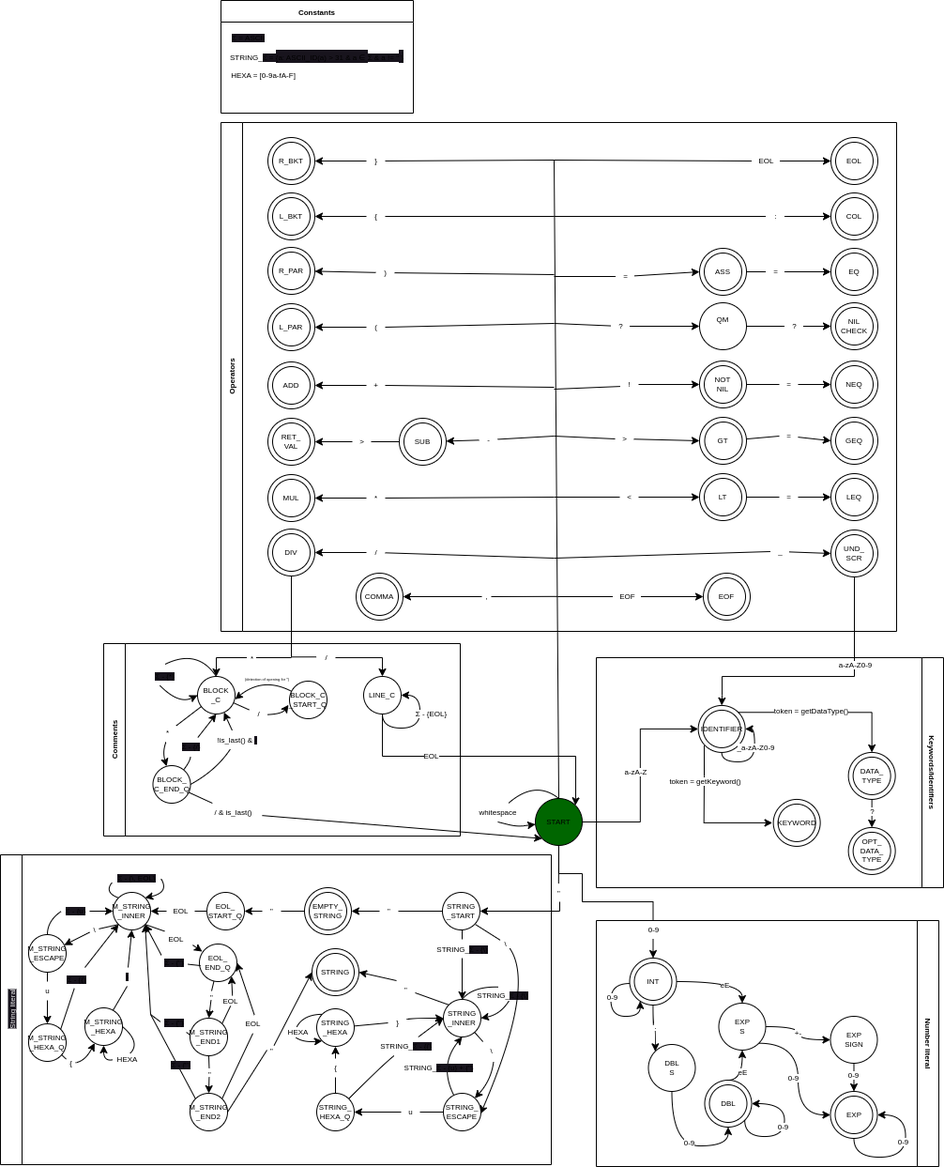
Before: doc/fsm_draft.drawio.png, a diagram exported from draw.io (pomjak/IFJ23). Source tidied: cells renumbered, new cells last; positions are measured from the earlier drawing's top-left corner, leaving out a move shared by most shapes.
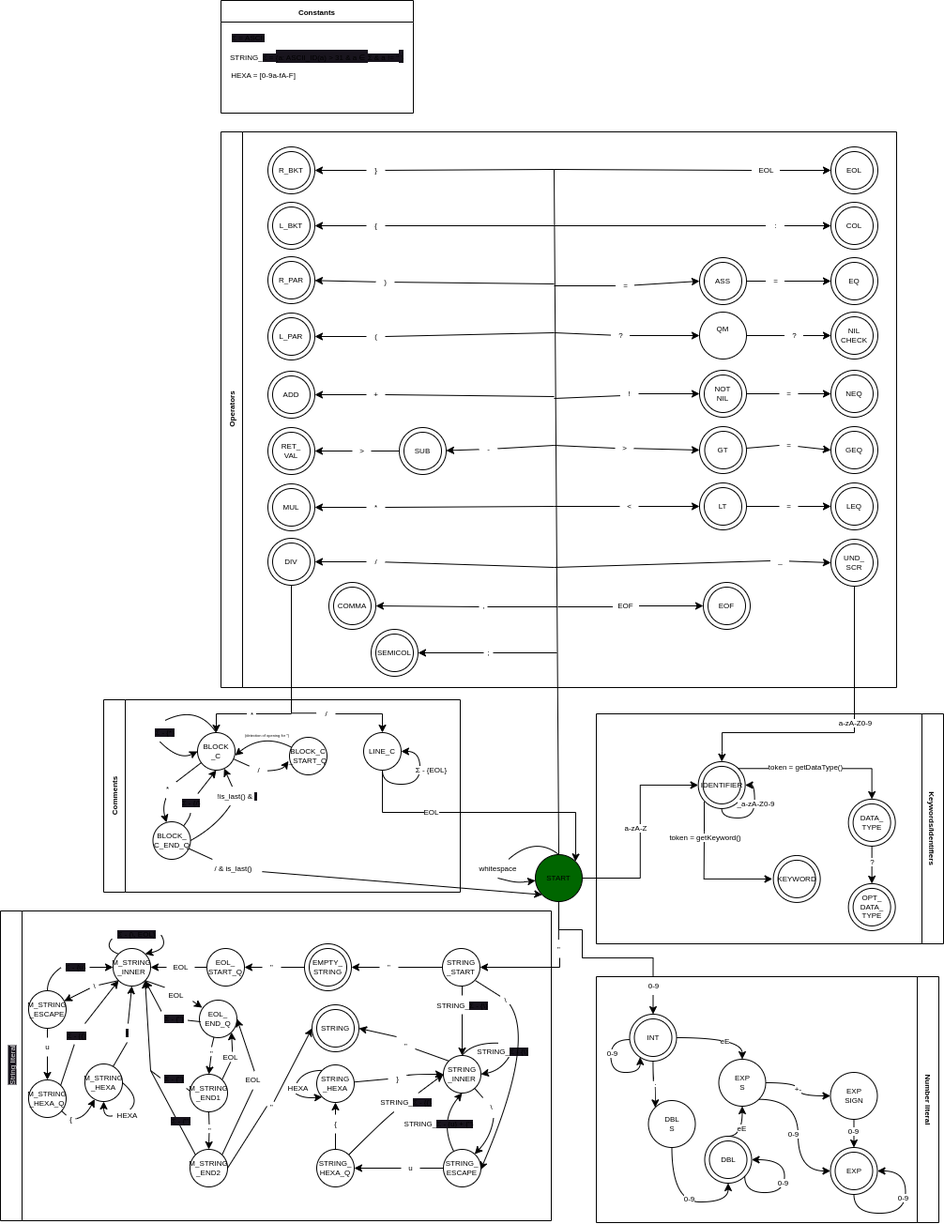
The same diagram one commit later.

Commit message:
add comma, semicol to fsm and lexical analyzer

Change to the diagram source:
```diff
@@ -131,7 +131,7 @@
       <mxGeometry relative="1" as="geometry" />
     </mxCell>
     <mxCell id="37" value="Operators" style="swimlane;horizontal=0;whiteSpace=wrap;html=1;rounded=0;shadow=0;glass=0;sketch=0;fontSize=8;spacing=-1;" parent="1" vertex="1">
-      <mxGeometry x="235" y="130" width="720" height="542" as="geometry" />
+      <mxGeometry x="235" y="80" width="720" height="592" as="geometry" />
     </mxCell>
     <mxCell id="38" style="group;fontSize=8;spacing=-1;" parent="37" vertex="1">
       <mxGeometry x="510" y="134" width="50" height="50" as="geometry" />
@@ -565,8 +565,16 @@
     <mxCell id="169" value="&lt;div style=&quot;font-size: 8px;&quot;&gt;EOF&lt;/div&gt;" style="ellipse;whiteSpace=wrap;html=1;fillColor=none;fontSize=8;spacing=-1;" parent="167" vertex="1">
       <mxGeometry width="50" height="50" as="geometry" />
     </mxCell>
+    <mxCell id="360" value="," style="text;html=1;align=center;verticalAlign=middle;points=[];strokeColor=none;fillColor=none;fontSize=8;spacingLeft=-2;spacingRight=-2;spacing=0;" parent="37" vertex="1">
+      <mxGeometry x="275" y="495" width="10" height="20" as="geometry" />
+    </mxCell>
+    <mxCell id="359" style="edgeStyle=none;html=1;exitX=1;exitY=0.5;exitDx=0;exitDy=0;fontSize=8;startArrow=classic;startFill=1;endArrow=none;endFill=0;" parent="37" edge="1" source="172">
+      <mxGeometry relative="1" as="geometry">
+        <mxPoint x="275" y="506" as="targetPoint" />
+      </mxGeometry>
+    </mxCell>
     <mxCell id="170" style="group;fontSize=8;spacing=-1;" parent="37" vertex="1">
-      <mxGeometry x="144" y="480" width="50" height="50" as="geometry" />
+      <mxGeometry x="115" y="480" width="50" height="50" as="geometry" />
     </mxCell>
     <mxCell id="171" style="ellipse;whiteSpace=wrap;html=1;fontSize=8;spacing=-1;" parent="170" vertex="1">
       <mxGeometry x="5" y="5" width="40" height="40" as="geometry" />
@@ -574,6 +582,21 @@
     <mxCell id="172" value="&lt;div style=&quot;font-size: 8px;&quot;&gt;COMMA&lt;/div&gt;" style="ellipse;whiteSpace=wrap;html=1;fillColor=none;fontSize=8;spacing=-1;" parent="170" vertex="1">
       <mxGeometry width="50" height="50" as="geometry" />
     </mxCell>
+    <mxCell id="357" value="EOF" style="text;html=1;align=center;verticalAlign=middle;points=[];strokeColor=none;fillColor=none;fontSize=8;spacing=0;spacingLeft=-2;spacingRight=-2;" parent="37" vertex="1">
+      <mxGeometry x="415.5" y="495" width="30" height="20" as="geometry" />
+    </mxCell>
+    <mxCell id="356" style="edgeStyle=none;html=1;exitX=0;exitY=0.5;exitDx=0;exitDy=0;fontSize=8;endArrow=none;endFill=0;startArrow=classic;startFill=1;" parent="37" edge="1" source="169" target="357">
+      <mxGeometry relative="1" as="geometry" />
+    </mxCell>
+    <mxCell id="361" style="group;fontSize=8;spacing=-1;" parent="37" vertex="1">
+      <mxGeometry x="160" y="530" width="50" height="50" as="geometry" />
+    </mxCell>
+    <mxCell id="362" style="ellipse;whiteSpace=wrap;html=1;fontSize=8;spacing=-1;" parent="361" vertex="1">
+      <mxGeometry x="5" y="5" width="40" height="40" as="geometry" />
+    </mxCell>
+    <mxCell id="363" value="SEMICOL" style="ellipse;whiteSpace=wrap;html=1;fillColor=none;fontSize=8;spacing=-1;" parent="361" vertex="1">
+      <mxGeometry width="50" height="50" as="geometry" />
+    </mxCell>
     <mxCell id="173" style="edgeStyle=orthogonalEdgeStyle;shape=connector;rounded=0;jettySize=auto;html=1;exitX=0.5;exitY=1;exitDx=0;exitDy=0;entryX=0.5;entryY=0;entryDx=0;entryDy=0;labelBackgroundColor=default;strokeColor=default;align=center;verticalAlign=middle;fontFamily=Helvetica;fontSize=8;fontColor=default;endArrow=none;elbow=vertical;spacing=-1;" parent="1" edge="1" source="4" target="35">
       <mxGeometry relative="1" as="geometry">
         <Array as="points">
@@ -601,7 +624,7 @@
     </mxCell>
     <mxCell id="176" value="a-zA-Z0-9" style="edgeLabel;html=1;align=center;verticalAlign=middle;fontSize=8;spacing=-1;" parent="175" vertex="1">
       <mxGeometry x="-0.36" y="1" relative="1" as="geometry">
-        <mxPoint y="5" as="offset" />
+        <mxPoint y="41" as="offset" />
       </mxGeometry>
     </mxCell>
     <mxCell id="177" style="curved=1;endArrow=none;html=1;exitX=0.5;exitY=0;exitDx=0;exitDy=0;fontSize=8;spacing=-1;" parent="1" edge="1" source="4" target="178">
@@ -1177,7 +1200,7 @@
       </mxGeometry>
     </mxCell>
     <mxCell id="324" value="&lt;font style=&quot;font-size: 8px;&quot;&gt;Constants&lt;/font&gt;" style="swimlane;whiteSpace=wrap;html=1;startSize=23;" parent="1" vertex="1">
-      <mxGeometry x="235" width="205" height="120" as="geometry" />
+      <mxGeometry x="235" y="-60" width="205" height="120" as="geometry" />
     </mxCell>
     <mxCell id="325" value="&lt;font style=&quot;font-size: 8px;&quot;&gt;STRING_&lt;/font&gt;&lt;span style=&quot;font-size: 8px; background-color: rgb(24, 20, 29);&quot;&gt;Σ =&amp;nbsp;&lt;/span&gt;&lt;span style=&quot;background-color: rgb(24, 20, 29);&quot;&gt;&lt;span style=&quot;font-size: 8px;&quot;&gt;{a: ASCII_ID(a) &amp;gt; 31 &amp;amp; a ∈&amp;nbsp;&lt;/span&gt;&lt;/span&gt;&lt;span style=&quot;font-size: 8px; background-color: rgb(24, 20, 29);&quot;&gt;Σ &amp;amp; a != &quot;&lt;/span&gt;&lt;span style=&quot;background-color: rgb(24, 20, 29);&quot;&gt;&lt;span style=&quot;font-size: 8px;&quot;&gt;&amp;nbsp;}&lt;/span&gt;&lt;/span&gt;" style="text;html=1;align=left;verticalAlign=middle;strokeColor=none;fillColor=none;spacing=0;" parent="324" vertex="1">
       <mxGeometry x="10" y="50" width="200" height="20" as="geometry" />
@@ -1264,7 +1287,7 @@
       <mxGeometry x="-0.51" y="1" relative="1" as="geometry" />
     </mxCell>
     <mxCell id="345" style="group;fontSize=8;spacing=-1;" parent="334" vertex="1">
-      <mxGeometry x="268.6" y="100.9" width="50" height="50" as="geometry" />
+      <mxGeometry x="268.6" y="90.9" width="50" height="50" as="geometry" />
     </mxCell>
     <mxCell id="346" style="ellipse;whiteSpace=wrap;html=1;fontSize=8;spacing=-1;" parent="345" vertex="1">
       <mxGeometry x="5" y="5" width="40" height="40" as="geometry" />
@@ -1299,31 +1322,27 @@
     <mxCell id="354" value="?" style="edgeLabel;html=1;align=center;verticalAlign=middle;fontSize=8;spacing=-1;" parent="353" vertex="1">
       <mxGeometry x="-0.17" relative="1" as="geometry" />
     </mxCell>
-    <mxCell id="355" style="edgeStyle=none;html=1;exitX=0;exitY=0.5;exitDx=0;exitDy=0;fontSize=8;endArrow=none;endFill=0;startArrow=none;startFill=1;" parent="1" edge="1" source="357">
+    <mxCell id="355" style="edgeStyle=none;html=1;exitX=0;exitY=0.5;exitDx=0;exitDy=0;fontSize=8;endArrow=none;endFill=0;startArrow=none;startFill=1;" parent="1" edge="1">
       <mxGeometry relative="1" as="geometry">
-        <mxPoint x="594" y="635" as="targetPoint" />
+        <mxPoint x="652.5" y="586" as="sourcePoint" />
+        <mxPoint x="594" y="586" as="targetPoint" />
       </mxGeometry>
     </mxCell>
-    <mxCell id="356" style="edgeStyle=none;html=1;exitX=0;exitY=0.5;exitDx=0;exitDy=0;fontSize=8;endArrow=none;endFill=0;startArrow=classic;startFill=1;" parent="1" edge="1" target="357">
-      <mxGeometry relative="1" as="geometry">
-        <mxPoint x="749" y="635" as="sourcePoint" />
-      </mxGeometry>
-    </mxCell>
-    <mxCell id="357" value="EOF" style="text;html=1;align=center;verticalAlign=middle;points=[];strokeColor=none;fillColor=none;fontSize=8;spacing=0;spacingLeft=-2;spacingRight=-2;" parent="1" vertex="1">
-      <mxGeometry x="652.5" y="625" width="30" height="20" as="geometry" />
-    </mxCell>
-    <mxCell id="358" style="edgeStyle=none;html=1;exitX=1;exitY=0.5;exitDx=0;exitDy=0;fontSize=8;startArrow=none;startFill=1;endArrow=none;endFill=0;" parent="1" edge="1" source="360">
+    <mxCell id="358" style="edgeStyle=none;html=1;exitX=0.9;exitY=0.55;exitDx=0;exitDy=0;fontSize=8;startArrow=none;startFill=1;endArrow=none;endFill=0;exitPerimeter=0;" parent="1" edge="1" source="360">
       <mxGeometry relative="1" as="geometry">
-        <mxPoint x="594" y="634.8" as="targetPoint" />
+        <mxPoint x="593" y="586" as="targetPoint" />
       </mxGeometry>
     </mxCell>
-    <mxCell id="359" style="edgeStyle=none;html=1;exitX=1;exitY=0.5;exitDx=0;exitDy=0;fontSize=8;startArrow=classic;startFill=1;endArrow=none;endFill=0;" parent="1" edge="1" target="360">
-      <mxGeometry relative="1" as="geometry">
-        <mxPoint x="429" y="635" as="sourcePoint" />
-      </mxGeometry>
-    </mxCell>
-    <mxCell id="360" value="," style="text;html=1;align=center;verticalAlign=middle;points=[];strokeColor=none;fillColor=none;fontSize=8;spacingLeft=-2;spacingRight=-2;spacing=0;" parent="1" vertex="1">
-      <mxGeometry x="513" y="625" width="10" height="20" as="geometry" />
-    </mxCell>
+    <mxCell id="364" style="edgeStyle=none;html=1;exitX=1;exitY=0.5;exitDx=0;exitDy=0;startArrow=none;startFill=1;endArrow=none;endFill=0;" parent="1" edge="1" source="366">
+      <mxGeometry relative="1" as="geometry">
+        <mxPoint x="593" y="635" as="targetPoint" />
+      </mxGeometry>
+    </mxCell>
+    <mxCell id="365" style="edgeStyle=none;html=1;exitX=1;exitY=0.5;exitDx=0;exitDy=0;startArrow=classic;startFill=1;endArrow=none;endFill=0;" parent="1" edge="1" source="363" target="366">
+      <mxGeometry relative="1" as="geometry" />
+    </mxCell>
+    <mxCell id="366" value=";" style="text;html=1;align=center;verticalAlign=middle;points=[];strokeColor=none;fillColor=none;fontSize=8;spacing=0;spacingLeft=-2;spacingRight=-2;" parent="1" vertex="1">
+      <mxGeometry x="515" y="625" width="10" height="20" as="geometry" />
+    </mxCell>
   </root>
 </mxGraphModel>
```
